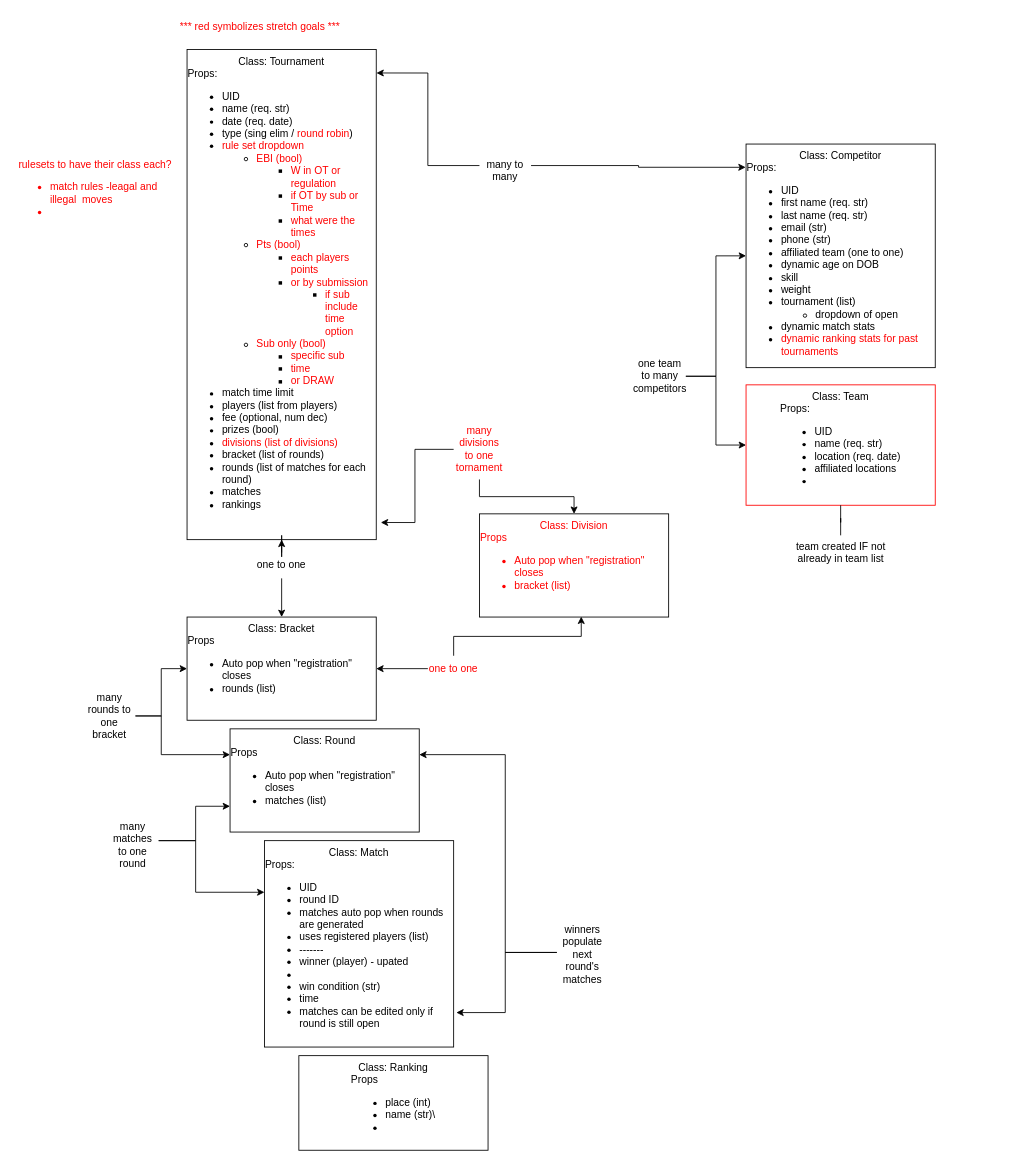
Earlier version of the draw.io diagram data_map.drawio (jessi-b/TournamentTracker.Solution). Source tidied: cells renumbered, new cells numbered last; positions are measured from the earlier drawing's top-left corner, leaving out a move shared by most shapes. Both pictures are drawn from the tidied source at 86%, with x=0, y=0 at pixel (15, 15).
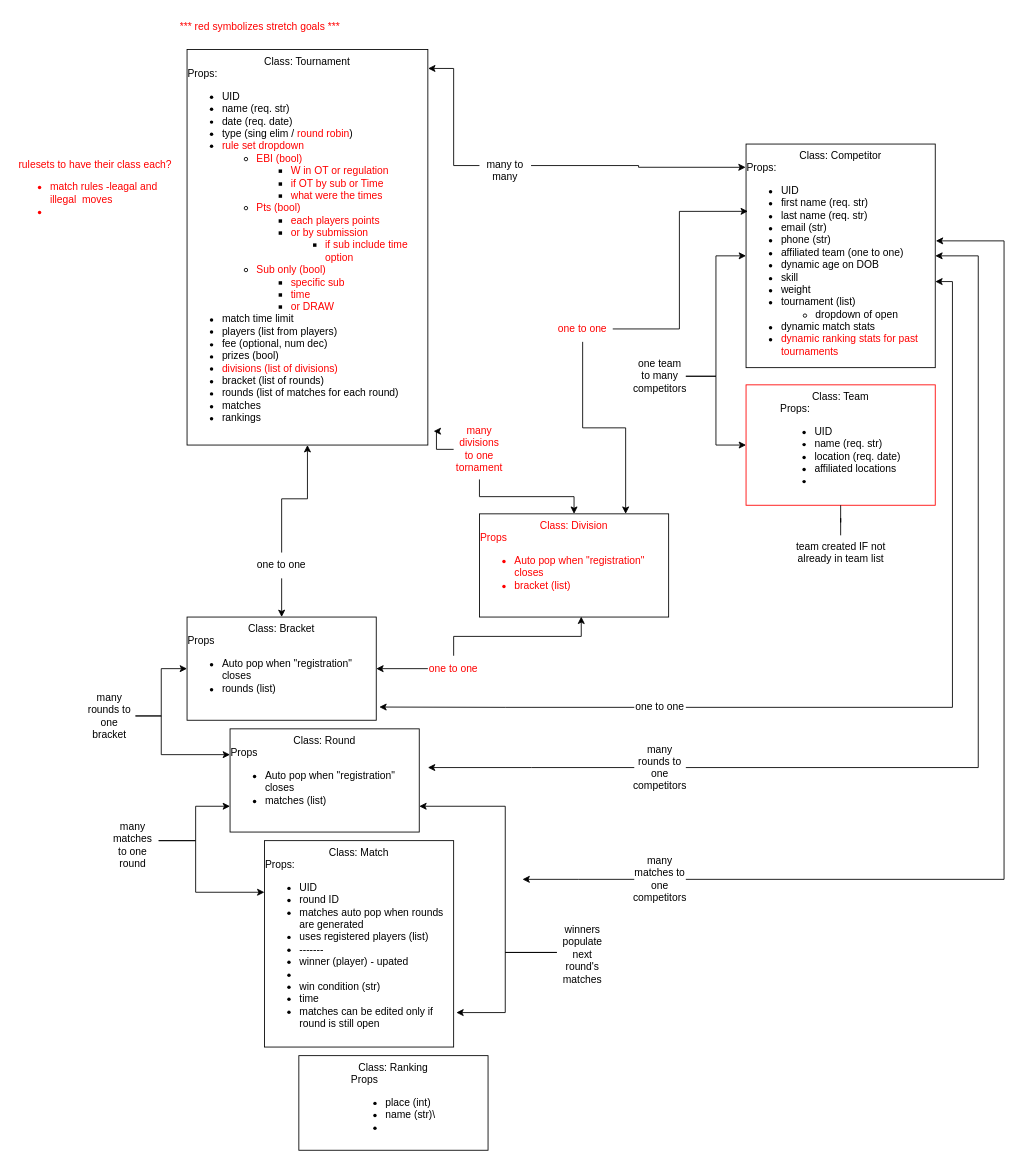
After the change.

Unchanged cells that the change refers to:
```xml
<mxCell id="2" value="Class:&amp;nbsp;&lt;span&gt;Competitor&lt;/span&gt;&lt;br&gt;&lt;div style=&quot;text-align: left&quot;&gt;&lt;span&gt;Props:&lt;/span&gt;&lt;br&gt;&lt;/div&gt;&lt;ul&gt;&lt;li style=&quot;text-align: left&quot;&gt;&lt;span&gt;UID&lt;/span&gt;&lt;/li&gt;&lt;li style=&quot;text-align: left&quot;&gt;&lt;span&gt;first name (req. str)&lt;/span&gt;&lt;/li&gt;&lt;li style=&quot;text-align: left&quot;&gt;last name (req. str)&lt;/li&gt;&lt;li style=&quot;text-align: left&quot;&gt;email (str)&lt;/li&gt;&lt;li style=&quot;text-align: left&quot;&gt;phone (str)&lt;/li&gt;&lt;li style=&quot;text-align: left&quot;&gt;affiliated team (one to one)&lt;/li&gt;&lt;li style=&quot;text-align: left&quot;&gt;dynamic age on DOB&lt;/li&gt;&lt;li style=&quot;text-align: left&quot;&gt;skill&lt;/li&gt;&lt;li style=&quot;text-align: left&quot;&gt;weight&lt;/li&gt;&lt;li style=&quot;text-align: left&quot;&gt;tournament (list)&amp;nbsp;&lt;/li&gt;&lt;ul&gt;&lt;li style=&quot;text-align: left&quot;&gt;dropdown of open&lt;/li&gt;&lt;/ul&gt;&lt;li style=&quot;text-align: left&quot;&gt;dynamic match stats&lt;/li&gt;&lt;li style=&quot;text-align: left&quot;&gt;&lt;font color=&quot;#ff0000&quot;&gt;dynamic ranking stats for past tournaments&lt;/font&gt;&lt;/li&gt;&lt;/ul&gt;" style="rounded=0;whiteSpace=wrap;html=1;verticalAlign=top;" parent="1" vertex="1">
  <mxGeometry x="850" y="150" width="220" height="260" as="geometry" />
</mxCell>
<mxCell id="12" value="Class: Round&lt;br&gt;&lt;div style=&quot;text-align: left&quot;&gt;&lt;span&gt;Props&lt;/span&gt;&lt;/div&gt;&lt;div style=&quot;text-align: left&quot;&gt;&lt;ul&gt;&lt;li&gt;Auto pop when &quot;registration&quot; closes&lt;/li&gt;&lt;li&gt;matches (list)&lt;/li&gt;&lt;/ul&gt;&lt;/div&gt;" style="rounded=0;whiteSpace=wrap;html=1;fontColor=#000000;align=center;verticalAlign=top;" parent="1" vertex="1">
  <mxGeometry x="250" y="830" width="220" height="120" as="geometry" />
</mxCell>
<mxCell id="19" value="winners populate next round's matches" style="text;html=1;strokeColor=none;fillColor=none;align=center;verticalAlign=top;whiteSpace=wrap;rounded=0;fontColor=#000000;" parent="1" vertex="1">
  <mxGeometry x="630" y="1050" width="60" height="80" as="geometry" />
</mxCell>
<mxCell id="24" value="Class: Bracket&lt;br&gt;&lt;div style=&quot;text-align: left&quot;&gt;&lt;span&gt;Props&lt;/span&gt;&lt;/div&gt;&lt;div style=&quot;text-align: left&quot;&gt;&lt;ul&gt;&lt;li&gt;Auto pop when &quot;registration&quot; closes&lt;/li&gt;&lt;li&gt;rounds (list)&lt;/li&gt;&lt;/ul&gt;&lt;/div&gt;" style="rounded=0;whiteSpace=wrap;html=1;fontColor=#000000;align=center;verticalAlign=top;" parent="1" vertex="1">
  <mxGeometry x="200" y="700" width="220" height="120" as="geometry" />
</mxCell>
<mxCell id="28" value="Class: Division&lt;br&gt;&lt;div style=&quot;text-align: left&quot;&gt;&lt;span&gt;Props&lt;/span&gt;&lt;/div&gt;&lt;div style=&quot;text-align: left&quot;&gt;&lt;ul&gt;&lt;li&gt;Auto pop when &quot;registration&quot; closes&lt;/li&gt;&lt;li&gt;bracket (list)&lt;/li&gt;&lt;/ul&gt;&lt;/div&gt;" style="rounded=0;whiteSpace=wrap;html=1;fontColor=#FF0000;align=center;verticalAlign=top;" parent="1" vertex="1">
  <mxGeometry x="540" y="580" width="220" height="120" as="geometry" />
</mxCell>
```

What changed in the source:
```diff
@@
     <mxCell id="3" value="Class: Tournament&lt;br&gt;&lt;div style=&quot;text-align: left&quot;&gt;&lt;span&gt;Props:&lt;/span&gt;&lt;br&gt;&lt;/div&gt;&lt;ul&gt;&lt;li style=&quot;text-align: left&quot;&gt;&lt;span&gt;UID&lt;/span&gt;&lt;/li&gt;&lt;li style=&quot;text-align: left&quot;&gt;&lt;span&gt;name (req. str)&lt;/span&gt;&lt;/li&gt;&lt;li style=&quot;text-align: left&quot;&gt;date (req. date)&lt;/li&gt;&lt;li style=&quot;text-align: left&quot;&gt;type (sing elim / &lt;font color=&quot;#ff0000&quot;&gt;round robin&lt;/font&gt;)&lt;/li&gt;&lt;li style=&quot;text-align: left&quot;&gt;&lt;font color=&quot;#ff0000&quot;&gt;rule set dropdown&lt;/font&gt;&lt;/li&gt;&lt;ul&gt;&lt;li style=&quot;text-align: left&quot;&gt;&lt;font color=&quot;#ff0000&quot;&gt;EBI (bool)&lt;/font&gt;&lt;/li&gt;&lt;ul&gt;&lt;li style=&quot;text-align: left&quot;&gt;&lt;font color=&quot;#ff0000&quot;&gt;W in OT or regulation&lt;/font&gt;&lt;/li&gt;&lt;li style=&quot;text-align: left&quot;&gt;&lt;font color=&quot;#ff0000&quot;&gt;if OT by sub or Time&lt;/font&gt;&lt;/li&gt;&lt;li style=&quot;text-align: left&quot;&gt;&lt;font color=&quot;#ff0000&quot;&gt;what were the times&lt;/font&gt;&lt;/li&gt;&lt;/ul&gt;&lt;li style=&quot;text-align: left&quot;&gt;&lt;font color=&quot;#ff0000&quot;&gt;Pts (bool)&lt;/font&gt;&lt;/li&gt;&lt;ul&gt;&lt;li style=&quot;text-align: left&quot;&gt;&lt;font color=&quot;#ff0000&quot;&gt;each players points&lt;/font&gt;&lt;/li&gt;&lt;li style=&quot;text-align: left&quot;&gt;&lt;font color=&quot;#ff0000&quot;&gt;or by submission&lt;/font&gt;&lt;/li&gt;&lt;ul&gt;&lt;li style=&quot;text-align: left&quot;&gt;&lt;font color=&quot;#ff0000&quot;&gt;if sub include time option&lt;/font&gt;&lt;/li&gt;&lt;/ul&gt;&lt;/ul&gt;&lt;li style=&quot;text-align: left&quot;&gt;&lt;font color=&quot;#ff0000&quot;&gt;Sub only (bool)&lt;/font&gt;&lt;/li&gt;&lt;ul&gt;&lt;li style=&quot;text-align: left&quot;&gt;&lt;font color=&quot;#ff0000&quot;&gt;specific sub&lt;/font&gt;&lt;/li&gt;&lt;li style=&quot;text-align: left&quot;&gt;&lt;font color=&quot;#ff0000&quot;&gt;time&lt;/font&gt;&lt;/li&gt;&lt;li style=&quot;text-align: left&quot;&gt;&lt;font color=&quot;#ff0000&quot;&gt;or DRAW&lt;/font&gt;&lt;/li&gt;&lt;/ul&gt;&lt;/ul&gt;&lt;li style=&quot;text-align: left&quot;&gt;match time limit&lt;/li&gt;&lt;li style=&quot;text-align: left&quot;&gt;players (list from players)&lt;/li&gt;&lt;li style=&quot;text-align: left&quot;&gt;fee (optional, num dec)&lt;/li&gt;&lt;li style=&quot;text-align: left&quot;&gt;prizes (bool)&lt;/li&gt;&lt;li style=&quot;text-align: left&quot;&gt;&lt;font color=&quot;#ff0000&quot;&gt;divisions (list of divisions)&lt;/font&gt;&lt;/li&gt;&lt;li style=&quot;text-align: left&quot;&gt;bracket (list of rounds)&lt;/li&gt;&lt;li style=&quot;text-align: left&quot;&gt;rounds (list of matches for each round)&lt;/li&gt;&lt;li style=&quot;text-align: left&quot;&gt;matches&lt;/li&gt;&lt;li style=&quot;text-align: left&quot;&gt;rankings&lt;/li&gt;&lt;/ul&gt;" style="rounded=0;whiteSpace=wrap;html=1;verticalAlign=top;" parent="1" vertex="1">
-      <mxGeometry x="200" y="40" width="220" height="570" as="geometry" />
+      <mxGeometry x="200" y="40" width="280" height="460" as="geometry" />
     </mxCell>
@@
-    <mxCell id="18" style="edgeStyle=orthogonalEdgeStyle;rounded=0;jettySize=auto;html=1;entryX=1;entryY=0.25;entryDx=0;entryDy=0;fontColor=#000000;verticalAlign=top;" parent="1" edge="1" source="19" target="12">
+    <mxCell id="18" style="edgeStyle=orthogonalEdgeStyle;rounded=0;jettySize=auto;html=1;fontColor=#000000;verticalAlign=top;" parent="1" edge="1" source="19">
       <mxGeometry relative="1" as="geometry">
+        <mxPoint x="470" y="920" as="targetPoint" />
         <Array as="points">
-          <mxPoint x="570" y="860" />
+          <mxPoint x="570" y="1090" />
+          <mxPoint x="570" y="920" />
+          <mxPoint x="470" y="920" />
         </Array>
       </mxGeometry>
     </mxCell>
@@
+    <mxCell id="38" style="edgeStyle=orthogonalEdgeStyle;rounded=0;jettySize=auto;html=1;fontColor=#FF0000;" parent="1" edge="1" source="40" target="28">
+      <mxGeometry relative="1" as="geometry">
+        <Array as="points">
+          <mxPoint x="660" y="480" />
+          <mxPoint x="710" y="480" />
+        </Array>
+      </mxGeometry>
+    </mxCell>
+    <mxCell id="39" style="edgeStyle=orthogonalEdgeStyle;rounded=0;jettySize=auto;html=1;fontColor=#FF0000;entryX=0.01;entryY=0.301;entryDx=0;entryDy=0;entryPerimeter=0;" parent="1" edge="1" source="40" target="2">
+      <mxGeometry relative="1" as="geometry" />
+    </mxCell>
+    <mxCell id="40" value="one to one" style="text;html=1;strokeColor=none;fillColor=none;align=center;verticalAlign=middle;whiteSpace=wrap;rounded=0;fontColor=#FF0000;" parent="1" vertex="1">
+      <mxGeometry x="625" y="350" width="70" height="30" as="geometry" />
+    </mxCell>
+    <mxCell id="41" style="edgeStyle=orthogonalEdgeStyle;rounded=0;jettySize=auto;html=1;entryX=1;entryY=0.615;entryDx=0;entryDy=0;entryPerimeter=0;fontColor=#000000;" parent="1" edge="1" source="43" target="2">
+      <mxGeometry relative="1" as="geometry" />
+    </mxCell>
+    <mxCell id="42" style="edgeStyle=orthogonalEdgeStyle;rounded=0;jettySize=auto;html=1;entryX=1.016;entryY=0.872;entryDx=0;entryDy=0;entryPerimeter=0;fontColor=#000000;" parent="1" edge="1" source="43" target="24">
+      <mxGeometry relative="1" as="geometry" />
+    </mxCell>
+    <mxCell id="43" value="&lt;font color=&quot;#000000&quot;&gt;one to one&lt;/font&gt;" style="text;html=1;strokeColor=none;fillColor=none;align=center;verticalAlign=middle;whiteSpace=wrap;rounded=0;fontColor=#FF0000;" parent="1" vertex="1">
+      <mxGeometry x="720" y="790" width="60" height="30" as="geometry" />
+    </mxCell>
+    <mxCell id="44" style="edgeStyle=orthogonalEdgeStyle;rounded=0;jettySize=auto;html=1;fontColor=#000000;" parent="1" edge="1" source="46">
+      <mxGeometry relative="1" as="geometry">
+        <mxPoint x="480" y="875" as="targetPoint" />
+      </mxGeometry>
+    </mxCell>
+    <mxCell id="45" style="edgeStyle=orthogonalEdgeStyle;rounded=0;jettySize=auto;html=1;entryX=1;entryY=0.5;entryDx=0;entryDy=0;fontColor=#000000;" parent="1" edge="1" source="46" target="2">
+      <mxGeometry relative="1" as="geometry">
+        <Array as="points">
+          <mxPoint x="1120" y="875" />
+          <mxPoint x="1120" y="280" />
+        </Array>
+      </mxGeometry>
+    </mxCell>
+    <mxCell id="46" value="many rounds to one competitors" style="text;html=1;strokeColor=none;fillColor=none;align=center;verticalAlign=middle;whiteSpace=wrap;rounded=0;fontColor=#000000;" parent="1" vertex="1">
+      <mxGeometry x="720" y="860" width="60" height="30" as="geometry" />
+    </mxCell>
+    <mxCell id="47" style="edgeStyle=orthogonalEdgeStyle;rounded=0;jettySize=auto;html=1;fontColor=#000000;" parent="1" edge="1" source="49">
+      <mxGeometry relative="1" as="geometry">
+        <mxPoint x="590" y="1005" as="targetPoint" />
+      </mxGeometry>
+    </mxCell>
+    <mxCell id="48" style="edgeStyle=orthogonalEdgeStyle;rounded=0;jettySize=auto;html=1;entryX=1.003;entryY=0.433;entryDx=0;entryDy=0;entryPerimeter=0;fontColor=#000000;" parent="1" edge="1" source="49" target="2">
+      <mxGeometry relative="1" as="geometry">
+        <Array as="points">
+          <mxPoint x="1150" y="1005" />
+          <mxPoint x="1150" y="263" />
+        </Array>
+      </mxGeometry>
+    </mxCell>
+    <mxCell id="49" value="many matches to one competitors" style="text;html=1;strokeColor=none;fillColor=none;align=center;verticalAlign=middle;whiteSpace=wrap;rounded=0;fontColor=#000000;" parent="1" vertex="1">
+      <mxGeometry x="720" y="990" width="60" height="30" as="geometry" />
+    </mxCell>
```
